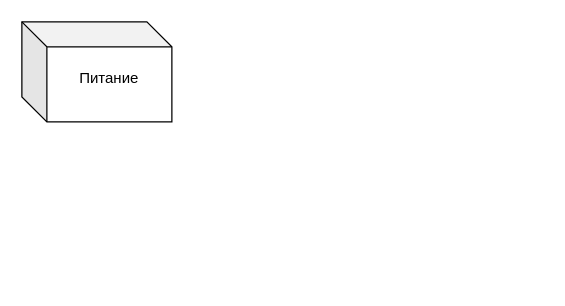
Earlier version of the draw.io diagram Untitled Diagram.drawio (phambang11/copyweb). Source tidied: cells renumbered, new cells numbered last; positions are measured from the earlier drawing's top-left corner, leaving out a move shared by most shapes. Both pictures are drawn from the tidied source at 125%, with x=0, y=0 at pixel (21, 21).
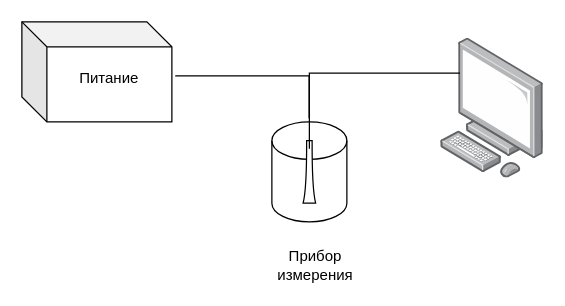
The same page after the edit.

Diff of the diagram source:
```diff
@@
 <mxGraphModel>
   <root>
     <mxCell id="0" />
     <mxCell id="1" parent="0" />
+    <mxCell id="4" style="shape=cylinder3;whiteSpace=wrap;html=1;boundedLbl=1;backgroundOutline=1;size=15;" parent="1" vertex="1">
+      <mxGeometry x="200" y="80" width="60" height="80" as="geometry" />
+    </mxCell>
     <mxCell id="2" style="shape=cube;whiteSpace=wrap;html=1;boundedLbl=1;backgroundOutline=1;darkOpacity=0.05;darkOpacity2=0.1;" parent="1" vertex="1">
       <mxGeometry width="120" height="80" as="geometry" />
     </mxCell>
     <mxCell id="3" value="Питание" style="text;html=1;align=center;verticalAlign=middle;whiteSpace=wrap;rounded=0;" parent="1" vertex="1">
       <mxGeometry x="40" y="30" width="60" height="30" as="geometry" />
     </mxCell>
+    <mxCell id="5" style="image;html=1;align=center;shadow=0;dashed=0;image=img/lib/allied_telesis/computer_and_terminals/Personal_Computer.svg;" parent="1" vertex="1">
+      <mxGeometry x="335" y="13.2" width="82.5" height="111.8" as="geometry" />
+    </mxCell>
+    <mxCell id="6" value="Прибор измерения" style="text;html=1;align=center;verticalAlign=middle;whiteSpace=wrap;rounded=0;" parent="1" vertex="1">
+      <mxGeometry x="205" y="180" width="60" height="30" as="geometry" />
+    </mxCell>
+    <mxCell id="7" style="verticalLabelPosition=bottom;align=center;dashed=0;html=1;verticalAlign=top;shape=mxgraph.pid.flow_sensors.flow_nozzle;rotation=-90;" parent="1" vertex="1">
+      <mxGeometry x="205" y="115" width="50" height="10" as="geometry" />
+    </mxCell>
+    <mxCell id="8" style="shape=partialRectangle;whiteSpace=wrap;html=1;bottom=0;right=0;fillColor=none;" parent="1" vertex="1">
+      <mxGeometry x="230" y="40.9" width="120" height="60" as="geometry" />
+    </mxCell>
+    <mxCell id="9" style="shape=partialRectangle;whiteSpace=wrap;html=1;bottom=0;right=0;fillColor=none;rotation=90;" parent="1" vertex="1">
+      <mxGeometry x="159.8" y="6.6" width="33.4" height="106.6" as="geometry" />
+    </mxCell>
   </root>
 </mxGraphModel>
```
